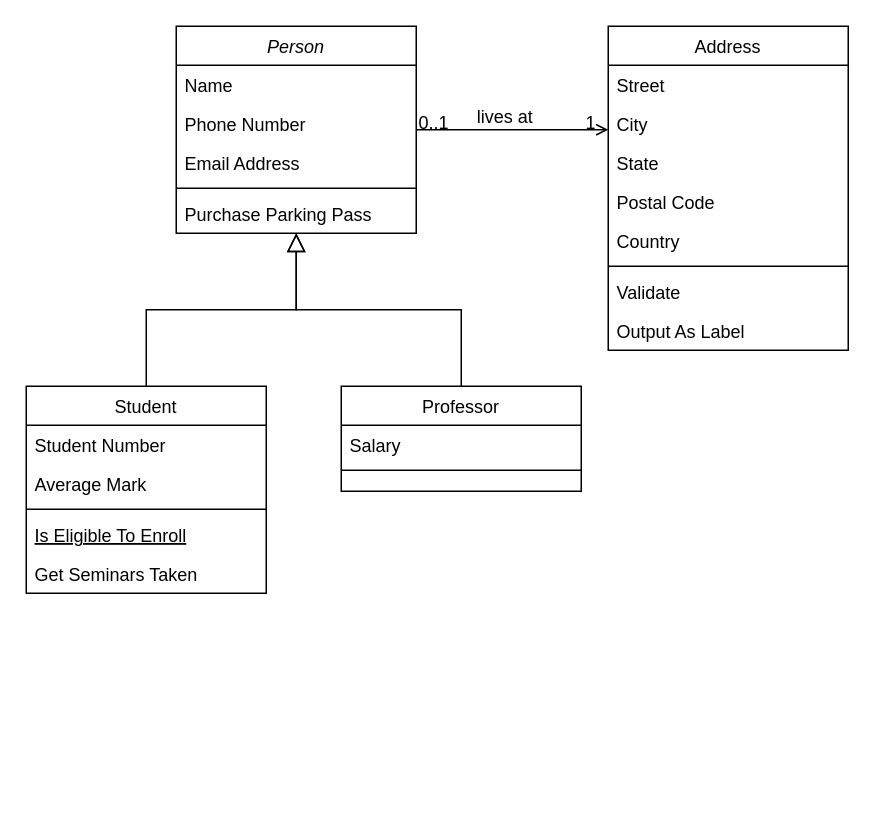
Earlier version of the draw.io diagram boids_unity_struct_chart.drawio (TWCkaijin/AI_intro). Source tidied: cells renumbered, new cells numbered last; positions are measured from the earlier drawing's top-left corner, leaving out a move shared by most shapes. Both pictures are drawn from the tidied source at 150%, with x=0, y=0 at pixel (26, 26).
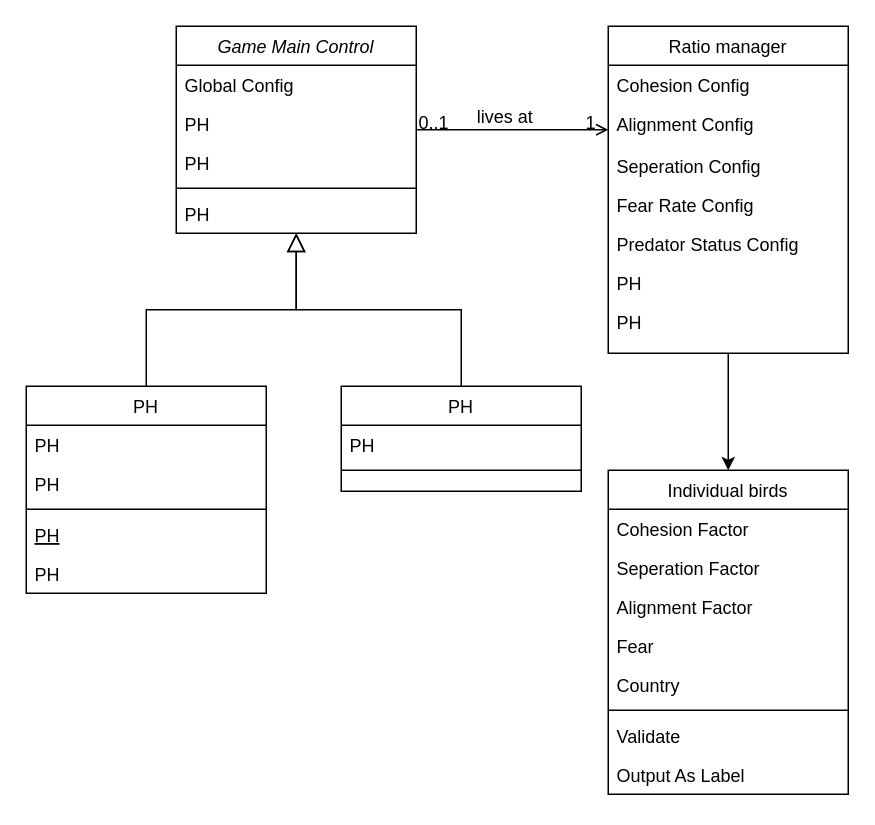
The same diagram, later.

What changed in the source:
```diff
@@
-    <mxCell id="2" value="Person" style="swimlane;fontStyle=2;align=center;verticalAlign=top;horizontal=1;startSize=26;rounded=0;shadow=0;strokeWidth=1;" parent="1" vertex="1">
+    <mxCell id="2" value="Game Main Control" style="swimlane;fontStyle=2;align=center;verticalAlign=top;horizontal=1;startSize=26;rounded=0;shadow=0;strokeWidth=1;" parent="1" vertex="1">
       <mxGeometry x="100" width="160" height="138" as="geometry" />
     </mxCell>
-    <mxCell id="3" value="Name" style="text;align=left;verticalAlign=top;spacingLeft=4;spacingRight=4;overflow=hidden;" parent="2" vertex="1">
+    <mxCell id="3" value="Global Config" style="text;align=left;verticalAlign=top;spacingLeft=4;spacingRight=4;overflow=hidden;" parent="2" vertex="1">
       <mxGeometry y="26" width="160" height="26" as="geometry" />
     </mxCell>
-    <mxCell id="4" value="Phone Number" style="text;align=left;verticalAlign=top;spacingLeft=4;spacingRight=4;overflow=hidden;rounded=0;shadow=0;html=0;" parent="2" vertex="1">
+    <mxCell id="4" value="PH" style="text;align=left;verticalAlign=top;spacingLeft=4;spacingRight=4;overflow=hidden;rounded=0;shadow=0;html=0;" parent="2" vertex="1">
       <mxGeometry y="52" width="160" height="26" as="geometry" />
     </mxCell>
-    <mxCell id="5" value="Email Address" style="text;align=left;verticalAlign=top;spacingLeft=4;spacingRight=4;overflow=hidden;rounded=0;shadow=0;html=0;" parent="2" vertex="1">
+    <mxCell id="5" value="PH" style="text;align=left;verticalAlign=top;spacingLeft=4;spacingRight=4;overflow=hidden;rounded=0;shadow=0;html=0;" parent="2" vertex="1">
       <mxGeometry y="78" width="160" height="26" as="geometry" />
     </mxCell>
@@
-    <mxCell id="7" value="Purchase Parking Pass" style="text;align=left;verticalAlign=top;spacingLeft=4;spacingRight=4;overflow=hidden;" parent="2" vertex="1">
+    <mxCell id="7" value="PH" style="text;align=left;verticalAlign=top;spacingLeft=4;spacingRight=4;overflow=hidden;" parent="2" vertex="1">
       <mxGeometry y="112" width="160" height="26" as="geometry" />
     </mxCell>
-    <mxCell id="8" value="Student" style="swimlane;fontStyle=0;align=center;verticalAlign=top;horizontal=1;startSize=26;rounded=0;shadow=0;strokeWidth=1;" parent="1" vertex="1">
+    <mxCell id="8" value="PH" style="swimlane;fontStyle=0;align=center;verticalAlign=top;horizontal=1;startSize=26;rounded=0;shadow=0;strokeWidth=1;" parent="1" vertex="1">
       <mxGeometry y="240" width="160" height="138" as="geometry" />
     </mxCell>
-    <mxCell id="9" value="Student Number" style="text;align=left;verticalAlign=top;spacingLeft=4;spacingRight=4;overflow=hidden;" parent="8" vertex="1">
+    <mxCell id="9" value="PH" style="text;align=left;verticalAlign=top;spacingLeft=4;spacingRight=4;overflow=hidden;" parent="8" vertex="1">
       <mxGeometry y="26" width="160" height="26" as="geometry" />
     </mxCell>
-    <mxCell id="10" value="Average Mark" style="text;align=left;verticalAlign=top;spacingLeft=4;spacingRight=4;overflow=hidden;rounded=0;shadow=0;html=0;" parent="8" vertex="1">
+    <mxCell id="10" value="PH" style="text;align=left;verticalAlign=top;spacingLeft=4;spacingRight=4;overflow=hidden;rounded=0;shadow=0;html=0;" parent="8" vertex="1">
       <mxGeometry y="52" width="160" height="26" as="geometry" />
     </mxCell>
@@
-    <mxCell id="12" value="Is Eligible To Enroll" style="text;align=left;verticalAlign=top;spacingLeft=4;spacingRight=4;overflow=hidden;fontStyle=4;" parent="8" vertex="1">
+    <mxCell id="12" value="PH" style="text;align=left;verticalAlign=top;spacingLeft=4;spacingRight=4;overflow=hidden;fontStyle=4;" parent="8" vertex="1">
       <mxGeometry y="86" width="160" height="26" as="geometry" />
     </mxCell>
-    <mxCell id="13" value="Get Seminars Taken" style="text;align=left;verticalAlign=top;spacingLeft=4;spacingRight=4;overflow=hidden;" parent="8" vertex="1">
+    <mxCell id="13" value="PH" style="text;align=left;verticalAlign=top;spacingLeft=4;spacingRight=4;overflow=hidden;" parent="8" vertex="1">
       <mxGeometry y="112" width="160" height="26" as="geometry" />
     </mxCell>
@@
-    <mxCell id="15" value="Professor" style="swimlane;fontStyle=0;align=center;verticalAlign=top;horizontal=1;startSize=26;rounded=0;shadow=0;strokeWidth=1;" parent="1" vertex="1">
+    <mxCell id="15" value="PH" style="swimlane;fontStyle=0;align=center;verticalAlign=top;horizontal=1;startSize=26;rounded=0;shadow=0;strokeWidth=1;" parent="1" vertex="1">
       <mxGeometry x="210" y="240" width="160" height="70" as="geometry" />
     </mxCell>
-    <mxCell id="16" value="Salary" style="text;align=left;verticalAlign=top;spacingLeft=4;spacingRight=4;overflow=hidden;" parent="15" vertex="1">
+    <mxCell id="16" value="PH" style="text;align=left;verticalAlign=top;spacingLeft=4;spacingRight=4;overflow=hidden;" parent="15" vertex="1">
       <mxGeometry y="26" width="160" height="26" as="geometry" />
     </mxCell>
@@
+    <mxCell id="32" style="edgeStyle=orthogonalEdgeStyle;rounded=0;jettySize=auto;html=1;" parent="1" edge="1" source="19" target="34">
+      <mxGeometry relative="1" as="geometry" />
+    </mxCell>
-    <mxCell id="19" value="Address" style="swimlane;fontStyle=0;align=center;verticalAlign=top;horizontal=1;startSize=26;rounded=0;shadow=0;strokeWidth=1;" parent="1" vertex="1">
-      <mxGeometry x="388" width="160" height="216" as="geometry" />
+    <mxCell id="19" value="Ratio manager" style="swimlane;fontStyle=0;align=center;verticalAlign=top;horizontal=1;startSize=26;rounded=0;shadow=0;strokeWidth=1;swimlaneLine=1;" parent="1" vertex="1">
+      <mxGeometry x="388" width="160" height="218" as="geometry" />
     </mxCell>
-    <mxCell id="20" value="Street" style="text;align=left;verticalAlign=top;spacingLeft=4;spacingRight=4;overflow=hidden;" parent="19" vertex="1">
+    <mxCell id="20" value="Cohesion Config" style="text;align=left;verticalAlign=top;spacingLeft=4;spacingRight=4;overflow=hidden;" parent="19" vertex="1">
       <mxGeometry y="26" width="160" height="26" as="geometry" />
     </mxCell>
-    <mxCell id="21" value="City" style="text;align=left;verticalAlign=top;spacingLeft=4;spacingRight=4;overflow=hidden;rounded=0;shadow=0;html=0;" parent="19" vertex="1">
-      <mxGeometry y="52" width="160" height="26" as="geometry" />
+    <mxCell id="21" value="Alignment Config" style="text;align=left;verticalAlign=top;spacingLeft=4;spacingRight=4;overflow=hidden;rounded=0;shadow=0;html=0;" parent="19" vertex="1">
+      <mxGeometry y="52" width="160" height="28" as="geometry" />
     </mxCell>
-    <mxCell id="22" value="State" style="text;align=left;verticalAlign=top;spacingLeft=4;spacingRight=4;overflow=hidden;rounded=0;shadow=0;html=0;" parent="19" vertex="1">
-      <mxGeometry y="78" width="160" height="26" as="geometry" />
+    <mxCell id="22" value="Seperation Config" style="text;align=left;verticalAlign=top;spacingLeft=4;spacingRight=4;overflow=hidden;rounded=0;shadow=0;html=0;" parent="19" vertex="1">
+      <mxGeometry y="80" width="160" height="26" as="geometry" />
     </mxCell>
-    <mxCell id="23" value="Postal Code" style="text;align=left;verticalAlign=top;spacingLeft=4;spacingRight=4;overflow=hidden;rounded=0;shadow=0;html=0;" parent="19" vertex="1">
-      <mxGeometry y="104" width="160" height="26" as="geometry" />
+    <mxCell id="23" value="Fear Rate Config" style="text;align=left;verticalAlign=top;spacingLeft=4;spacingRight=4;overflow=hidden;rounded=0;shadow=0;html=0;" parent="19" vertex="1">
+      <mxGeometry y="106" width="160" height="26" as="geometry" />
     </mxCell>
-    <mxCell id="24" value="Country" style="text;align=left;verticalAlign=top;spacingLeft=4;spacingRight=4;overflow=hidden;rounded=0;shadow=0;html=0;" parent="19" vertex="1">
-      <mxGeometry y="130" width="160" height="26" as="geometry" />
-    </mxCell>
-    <mxCell id="25" style="line;html=1;strokeWidth=1;align=left;verticalAlign=middle;spacingTop=-1;spacingLeft=3;spacingRight=3;labelPosition=right;" parent="19" vertex="1">
-      <mxGeometry y="156" width="160" height="8" as="geometry" />
-    </mxCell>
+    <mxCell id="33" value="Predator Status Config" style="text;align=left;verticalAlign=top;spacingLeft=4;spacingRight=4;overflow=hidden;rounded=0;shadow=0;html=0;" parent="19" vertex="1">
+      <mxGeometry y="132" width="160" height="26" as="geometry" />
+    </mxCell>
-    <mxCell id="26" value="Validate" style="text;align=left;verticalAlign=top;spacingLeft=4;spacingRight=4;overflow=hidden;" parent="19" vertex="1">
-      <mxGeometry y="164" width="160" height="26" as="geometry" />
+    <mxCell id="26" value="PH" style="text;align=left;verticalAlign=top;spacingLeft=4;spacingRight=4;overflow=hidden;" parent="19" vertex="1">
+      <mxGeometry y="158" width="160" height="26" as="geometry" />
     </mxCell>
-    <mxCell id="27" value="Output As Label" style="text;align=left;verticalAlign=top;spacingLeft=4;spacingRight=4;overflow=hidden;" parent="19" vertex="1">
-      <mxGeometry y="190" width="160" height="26" as="geometry" />
+    <mxCell id="27" value="PH" style="text;align=left;verticalAlign=top;spacingLeft=4;spacingRight=4;overflow=hidden;" parent="19" vertex="1">
+      <mxGeometry y="184" width="160" height="26" as="geometry" />
     </mxCell>
@@
+    <mxCell id="34" value="Individual birds" style="swimlane;fontStyle=0;align=center;verticalAlign=top;horizontal=1;startSize=26;rounded=0;shadow=0;strokeWidth=1;" parent="1" vertex="1">
+      <mxGeometry x="388" y="296" width="160" height="216" as="geometry" />
+    </mxCell>
+    <mxCell id="35" value="Cohesion Factor" style="text;align=left;verticalAlign=top;spacingLeft=4;spacingRight=4;overflow=hidden;" parent="34" vertex="1">
+      <mxGeometry y="26" width="160" height="26" as="geometry" />
+    </mxCell>
+    <mxCell id="36" value="Seperation Factor" style="text;align=left;verticalAlign=top;spacingLeft=4;spacingRight=4;overflow=hidden;rounded=0;shadow=0;html=0;" parent="34" vertex="1">
+      <mxGeometry y="52" width="160" height="26" as="geometry" />
+    </mxCell>
+    <mxCell id="37" value="Alignment Factor" style="text;align=left;verticalAlign=top;spacingLeft=4;spacingRight=4;overflow=hidden;rounded=0;shadow=0;html=0;" parent="34" vertex="1">
+      <mxGeometry y="78" width="160" height="26" as="geometry" />
+    </mxCell>
+    <mxCell id="38" value="Fear " style="text;align=left;verticalAlign=top;spacingLeft=4;spacingRight=4;overflow=hidden;rounded=0;shadow=0;html=0;" parent="34" vertex="1">
+      <mxGeometry y="104" width="160" height="26" as="geometry" />
+    </mxCell>
+    <mxCell id="24" value="Country" style="text;align=left;verticalAlign=top;spacingLeft=4;spacingRight=4;overflow=hidden;rounded=0;shadow=0;html=0;" parent="34" vertex="1">
+      <mxGeometry y="130" width="160" height="26" as="geometry" />
+    </mxCell>
+    <mxCell id="25" style="line;html=1;strokeWidth=1;align=left;verticalAlign=middle;spacingTop=-1;spacingLeft=3;spacingRight=3;labelPosition=right;" parent="34" vertex="1">
+      <mxGeometry y="156" width="160" height="8" as="geometry" />
+    </mxCell>
+    <mxCell id="39" value="Validate" style="text;align=left;verticalAlign=top;spacingLeft=4;spacingRight=4;overflow=hidden;" parent="34" vertex="1">
+      <mxGeometry y="164" width="160" height="26" as="geometry" />
+    </mxCell>
+    <mxCell id="40" value="Output As Label" style="text;align=left;verticalAlign=top;spacingLeft=4;spacingRight=4;overflow=hidden;" parent="34" vertex="1">
+      <mxGeometry y="190" width="160" height="26" as="geometry" />
+    </mxCell>
```
